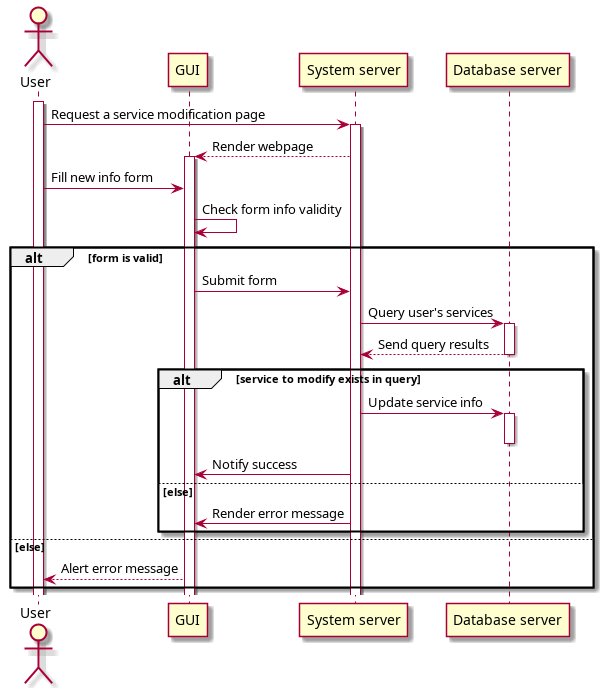
techguyseli/touristy keeps this PlantUML diagram as rapport/uml/images/sequence/modify_personnal_service.png. Above is the earlier version.
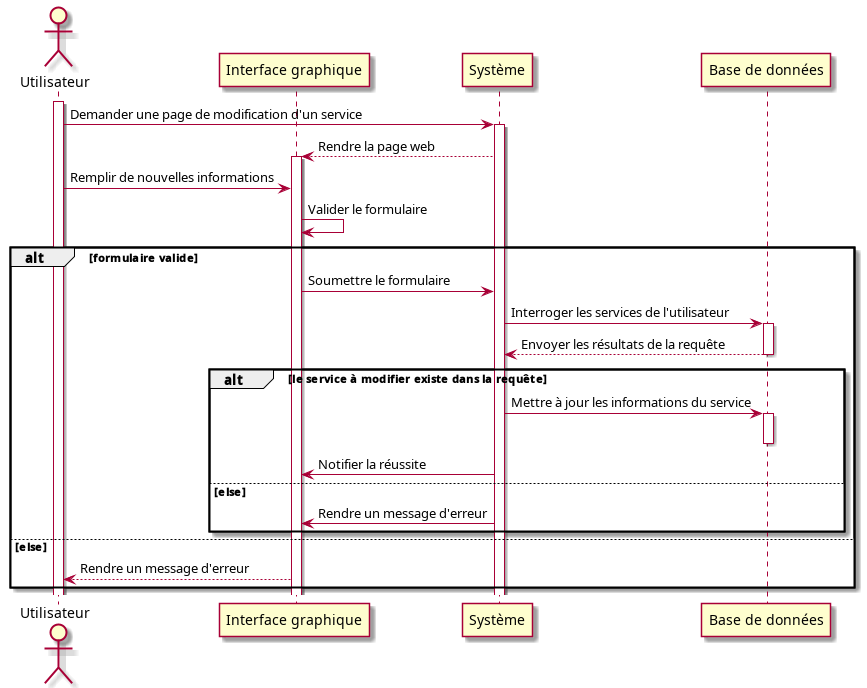
The same file after the commit.

What changed in the source:
```diff
@@ -1,30 +1,30 @@
 @startuml modify_personnal_service
-actor User as usr
-participant "GUI" as fr
-participant "System server" as sys
-participant "Database server" as db
+actor Utilisateur as usr
+participant "Interface graphique" as fr
+participant "Système" as sys
+participant "Base de données" as db
 activate usr
-usr -> sys : Request a service modification page
+usr -> sys : Demander une page de modification d'un service
 activate sys
-sys --> fr : Render webpage
+sys --> fr : Rendre la page web
 activate fr
-usr -> fr : Fill new info form
-fr -> fr : Check form info validity
-alt form is valid
-    fr -> sys : Submit form
-    sys -> db : Query user's services
+usr -> fr : Remplir de nouvelles informations
+fr -> fr : Valider le formulaire
+alt formulaire valide
+    fr -> sys : Soumettre le formulaire
+    sys -> db : Interroger les services de l'utilisateur
     activate db
-    db --> sys : Send query results
+    db --> sys : Envoyer les résultats de la requête
     deactivate db
-    alt service to modify exists in query
-        sys -> db : Update service info
+    alt le service à modifier existe dans la requête
+        sys -> db : Mettre à jour les informations du service
         activate db
         deactivate db
-        sys -> fr : Notify success
+        sys -> fr : Notifier la réussite
     else else
-        sys -> fr : Render error message
+        sys -> fr : Rendre un message d'erreur
     end
 else else
-    fr --> usr : Alert error message
+    fr --> usr : Rendre un message d'erreur
 end
 @enduml
```
